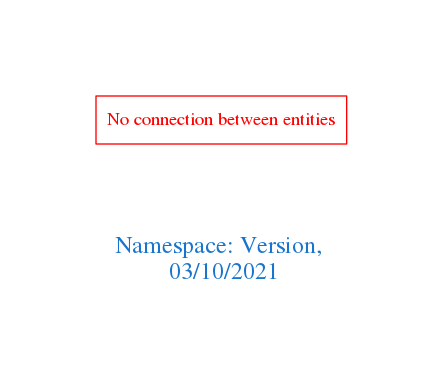
arago/OGIT keeps this Graphviz diagram as downloads/Version.png. Above is the earlier version. Its source is kept beside it as downloads/Version.dot.
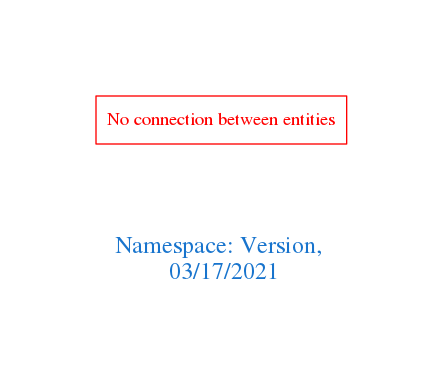
The same diagram one commit later.

The edit, as a diff of the source:
```diff
@@ -1,7 +1,7 @@
 digraph OGIT_ontology {
  graph [ rankdir= LR,pad=1
 fontsize = 18,
-fontcolor= dodgerblue3,label = "\n\n\nNamespace: Version, \n 03/10/2021"];
+fontcolor= dodgerblue3,label = "\n\n\nNamespace: Version, \n 03/17/2021"];
 node[shape=polygon];
 edge [  color="gray81"];
 
```
